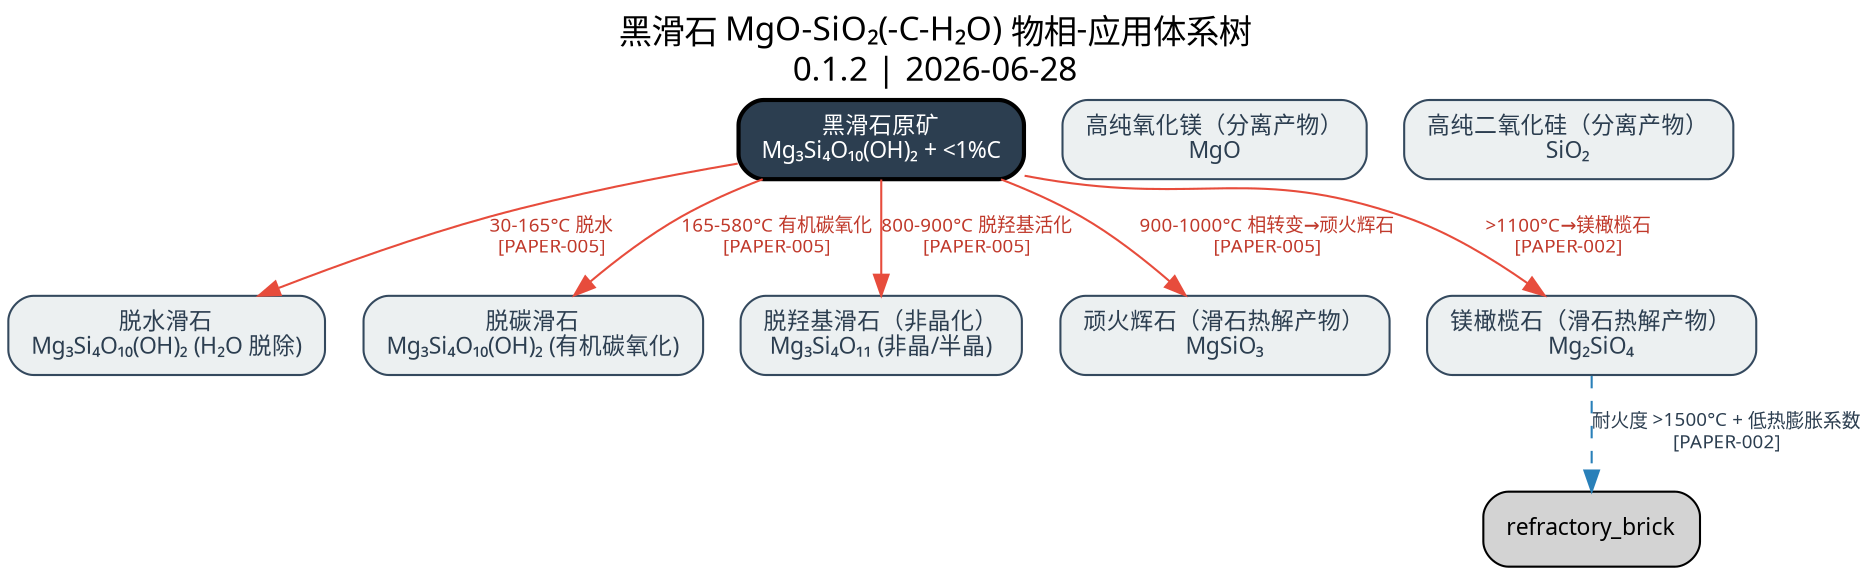
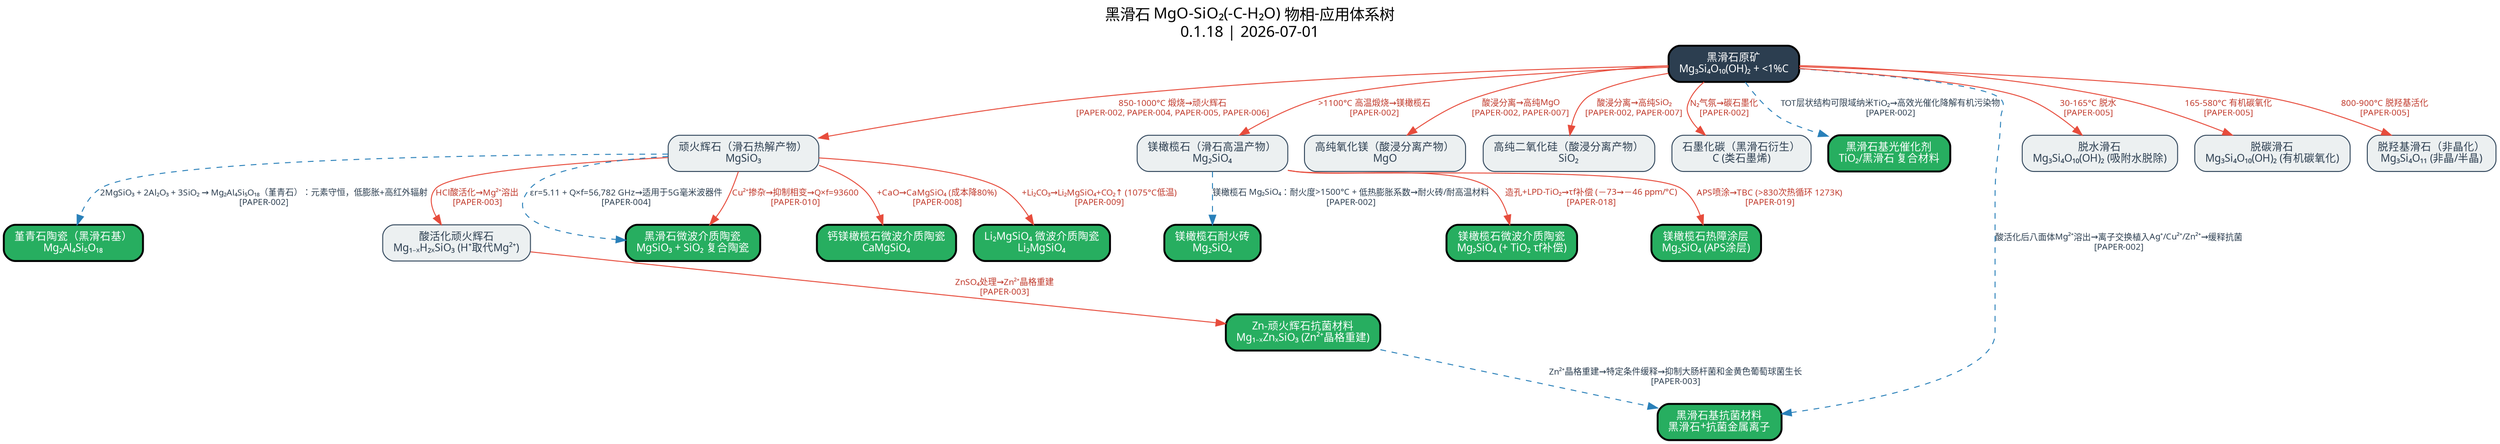
digraph MgOSiO2_System {
  rankdir=TB;
  bgcolor="white";
  fontname="Microsoft YaHei";
  fontsize=14;

  // 全局样式
  node [fontname="Microsoft YaHei", fontsize=11, shape=box, style="rounded,filled", margin="0.15,0.1"];
  edge [fontname="Microsoft YaHei", fontsize=9];

  // 图标题
  labelloc="t";
-   label="黑滑石 MgO-SiO₂(-C-H₂O) 物相-应用体系树\n0.1.2 | 2026-06-28";
+   label="黑滑石 MgO-SiO₂(-C-H₂O) 物相-应用体系树\n0.1.18 | 2026-07-01";
  fontsize=16;

-   "dehydrated_talc" [label="脱水滑石\nMg₃Si₄O₁₀(OH)₂ (H₂O 脱除)", fillcolor="#ecf0f1", color="#34495e", fontcolor="#2c3e50"];
+   "raw_black_talc" [label="黑滑石原矿\nMg₃Si₄O₁₀(OH)₂ + <1%C", fillcolor="#2c3e50", fontcolor="white", penwidth=2];
+ 
+   "enstatite_from_talc" [label="顽火辉石（滑石热解产物）\nMgSiO₃", fillcolor="#ecf0f1", color="#34495e", fontcolor="#2c3e50"];
+ 
+   "forsterite_from_talc" [label="镁橄榄石（滑石高温产物）\nMg₂SiO₄", fillcolor="#ecf0f1", color="#34495e", fontcolor="#2c3e50"];
+ 
+   "separated_mgo" [label="高纯氧化镁（酸浸分离产物）\nMgO", fillcolor="#ecf0f1", color="#34495e", fontcolor="#2c3e50"];
+ 
+   "separated_sio2" [label="高纯二氧化硅（酸浸分离产物）\nSiO₂", fillcolor="#ecf0f1", color="#34495e", fontcolor="#2c3e50"];
+ 
+   "graphitized_carbon" [label="石墨化碳（黑滑石衍生）\nC (类石墨烯)", fillcolor="#ecf0f1", color="#34495e", fontcolor="#2c3e50"];
+ 
+   "cordierite_ceramic" [label="堇青石陶瓷（黑滑石基）\nMg₂Al₄Si₅O₁₈", fillcolor="#27ae60", fontcolor="white", penwidth=2];
+ 
+   "talc_photocatalyst" [label="黑滑石基光催化剂\nTiO₂/黑滑石 复合材料", fillcolor="#27ae60", fontcolor="white", penwidth=2];
+ 
+   "talc_antibacterial" [label="黑滑石基抗菌材料\n黑滑石+抗菌金属离子", fillcolor="#27ae60", fontcolor="white", penwidth=2];
+ 
+   "acid_activated_enstatite" [label="酸活化顽火辉石\nMg₁₋ₓH₂ₓSiO₃ (H⁺取代Mg²⁺)", fillcolor="#ecf0f1", color="#34495e", fontcolor="#2c3e50"];
+ 
+   "zn_enstatite_antibacterial" [label="Zn-顽火辉石抗菌材料\nMg₁₋ₓZnₓSiO₃ (Zn²⁺晶格重建)", fillcolor="#27ae60", fontcolor="white", penwidth=2];
+ 
+   "black_talc_mw_ceramic" [label="黑滑石微波介质陶瓷\nMgSiO₃ + SiO₂ 复合陶瓷", fillcolor="#27ae60", fontcolor="white", penwidth=2];
+ 
+   "dehydrated_talc" [label="脱水滑石\nMg₃Si₄O₁₀(OH)₂ (吸附水脱除)", fillcolor="#ecf0f1", color="#34495e", fontcolor="#2c3e50"];

  "decarbonized_talc" [label="脱碳滑石\nMg₃Si₄O₁₀(OH)₂ (有机碳氧化)", fillcolor="#ecf0f1", color="#34495e", fontcolor="#2c3e50"];

  "dehydroxylated_talc" [label="脱羟基滑石（非晶化）\nMg₃Si₄O₁₁ (非晶/半晶)", fillcolor="#ecf0f1", color="#34495e", fontcolor="#2c3e50"];

-   "enstatite_from_talc" [label="顽火辉石（滑石热解产物）\nMgSiO₃", fillcolor="#ecf0f1", color="#34495e", fontcolor="#2c3e50"];
+   "camgsio4_ceramic" [label="钙镁橄榄石微波介质陶瓷\nCaMgSiO₄", fillcolor="#27ae60", fontcolor="white", penwidth=2];

-   "raw_black_talc" [label="黑滑石原矿\nMg₃Si₄O₁₀(OH)₂ + <1%C", fillcolor="#2c3e50", fontcolor="white", penwidth=2];
+   "li2mgsio4_ceramic" [label="Li₂MgSiO₄ 微波介质陶瓷\nLi₂MgSiO₄", fillcolor="#27ae60", fontcolor="white", penwidth=2];

-   "forsterite_from_talc" [label="镁橄榄石（滑石热解产物）\nMg₂SiO₄", fillcolor="#ecf0f1", color="#34495e", fontcolor="#2c3e50"];
+   "refractory_brick" [label="镁橄榄石耐火砖\nMg₂SiO₄", fillcolor="#27ae60", fontcolor="white", penwidth=2];

-   "separated_mgo" [label="高纯氧化镁（分离产物）\nMgO", fillcolor="#ecf0f1", color="#34495e", fontcolor="#2c3e50"];
+   "forsterite_mw_ceramic" [label="镁橄榄石微波介质陶瓷\nMg₂SiO₄ (+ TiO₂ τf补偿)", fillcolor="#27ae60", fontcolor="white", penwidth=2];

-   "separated_sio2" [label="高纯二氧化硅（分离产物）\nSiO₂", fillcolor="#ecf0f1", color="#34495e", fontcolor="#2c3e50"];
+   "forsterite_tbc" [label="镁橄榄石热障涂层\nMg₂SiO₄ (APS涂层)", fillcolor="#27ae60", fontcolor="white", penwidth=2];
+ 
+   "raw_black_talc" -> "enstatite_from_talc" [label="850-1000°C 煅烧→顽火辉石\n[PAPER-002, PAPER-004, PAPER-005, PAPER-006]", color="#e74c3c", fontcolor="#c0392b"];
+ 
+   "raw_black_talc" -> "forsterite_from_talc" [label=">1100°C 高温煅烧→镁橄榄石\n[PAPER-002]", color="#e74c3c", fontcolor="#c0392b"];
+ 
+   "raw_black_talc" -> "separated_mgo" [label="酸浸分离→高纯MgO\n[PAPER-002, PAPER-007]", color="#e74c3c", fontcolor="#c0392b"];
+ 
+   "raw_black_talc" -> "separated_sio2" [label="酸浸分离→高纯SiO₂\n[PAPER-002, PAPER-007]", color="#e74c3c", fontcolor="#c0392b"];
+ 
+   "raw_black_talc" -> "graphitized_carbon" [label="N₂气氛→碳石墨化\n[PAPER-002]", color="#e74c3c", fontcolor="#c0392b"];
+ 
+   "enstatite_from_talc" -> "cordierite_ceramic" [label="2MgSiO₃ + 2Al₂O₃ + 3SiO₂ → Mg₂Al₄Si₅O₁₈（堇青石）：元素守恒，低膨胀+高红外辐射\n[PAPER-002]", color="#2980b9", fontcolor="#2c3e50", style=dashed];
+ 
+   "forsterite_from_talc" -> "refractory_brick" [label="镁橄榄石 Mg₂SiO₄：耐火度>1500°C + 低热膨胀系数→耐火砖/耐高温材料\n[PAPER-002]", color="#2980b9", fontcolor="#2c3e50", style=dashed];
+ 
+   "raw_black_talc" -> "talc_photocatalyst" [label="TOT层状结构可限域纳米TiO₂→高效光催化降解有机污染物\n[PAPER-002]", color="#2980b9", fontcolor="#2c3e50", style=dashed];
+ 
+   "raw_black_talc" -> "talc_antibacterial" [label="酸活化后八面体Mg²⁺溶出→离子交换植入Ag⁺/Cu²⁺/Zn²⁺→缓释抗菌\n[PAPER-002]", color="#2980b9", fontcolor="#2c3e50", style=dashed];
+ 
+   "enstatite_from_talc" -> "acid_activated_enstatite" [label="HCl酸活化→Mg²⁺溶出\n[PAPER-003]", color="#e74c3c", fontcolor="#c0392b"];
+ 
+   "acid_activated_enstatite" -> "zn_enstatite_antibacterial" [label="ZnSO₄处理→Zn²⁺晶格重建\n[PAPER-003]", color="#e74c3c", fontcolor="#c0392b"];
+ 
+   "zn_enstatite_antibacterial" -> "talc_antibacterial" [label="Zn²⁺晶格重建→特定条件缓释→抑制大肠杆菌和金黄色葡萄球菌生长\n[PAPER-003]", color="#2980b9", fontcolor="#2c3e50", style=dashed];
+ 
+   "enstatite_from_talc" -> "black_talc_mw_ceramic" [label="εr=5.11 + Q×f=56,782 GHz→适用于5G毫米波器件\n[PAPER-004]", color="#2980b9", fontcolor="#2c3e50", style=dashed];

  "raw_black_talc" -> "dehydrated_talc" [label="30-165°C 脱水\n[PAPER-005]", color="#e74c3c", fontcolor="#c0392b"];

  "raw_black_talc" -> "decarbonized_talc" [label="165-580°C 有机碳氧化\n[PAPER-005]", color="#e74c3c", fontcolor="#c0392b"];

  "raw_black_talc" -> "dehydroxylated_talc" [label="800-900°C 脱羟基活化\n[PAPER-005]", color="#e74c3c", fontcolor="#c0392b"];

-   "raw_black_talc" -> "enstatite_from_talc" [label="900-1000°C 相转变→顽火辉石\n[PAPER-005]", color="#e74c3c", fontcolor="#c0392b"];
+   "enstatite_from_talc" -> "camgsio4_ceramic" [label="+CaO→CaMgSiO₄ (成本降80%)\n[PAPER-008]", color="#e74c3c", fontcolor="#c0392b"];

-   "raw_black_talc" -> "forsterite_from_talc" [label=">1100°C→镁橄榄石\n[PAPER-002]", color="#e74c3c", fontcolor="#c0392b"];
+   "enstatite_from_talc" -> "li2mgsio4_ceramic" [label="+Li₂CO₃→Li₂MgSiO₄+CO₂↑ (1075°C低温)\n[PAPER-009]", color="#e74c3c", fontcolor="#c0392b"];

-   "forsterite_from_talc" -> "refractory_brick" [label="耐火度 >1500°C + 低热膨胀系数\n[PAPER-002]", color="#2980b9", fontcolor="#2c3e50", style=dashed];
+   "forsterite_from_talc" -> "forsterite_mw_ceramic" [label="造孔+LPD-TiO₂→τf补偿 (－73→－46 ppm/°C)\n[PAPER-018]", color="#e74c3c", fontcolor="#c0392b"];
+ 
+   "enstatite_from_talc" -> "black_talc_mw_ceramic" [label="Cu²⁺掺杂→抑制相变→Q×f=93600\n[PAPER-010]", color="#e74c3c", fontcolor="#c0392b"];
+ 
+   "forsterite_from_talc" -> "forsterite_tbc" [label="APS喷涂→TBC (>830次热循环 1273K)\n[PAPER-019]", color="#e74c3c", fontcolor="#c0392b"];

}